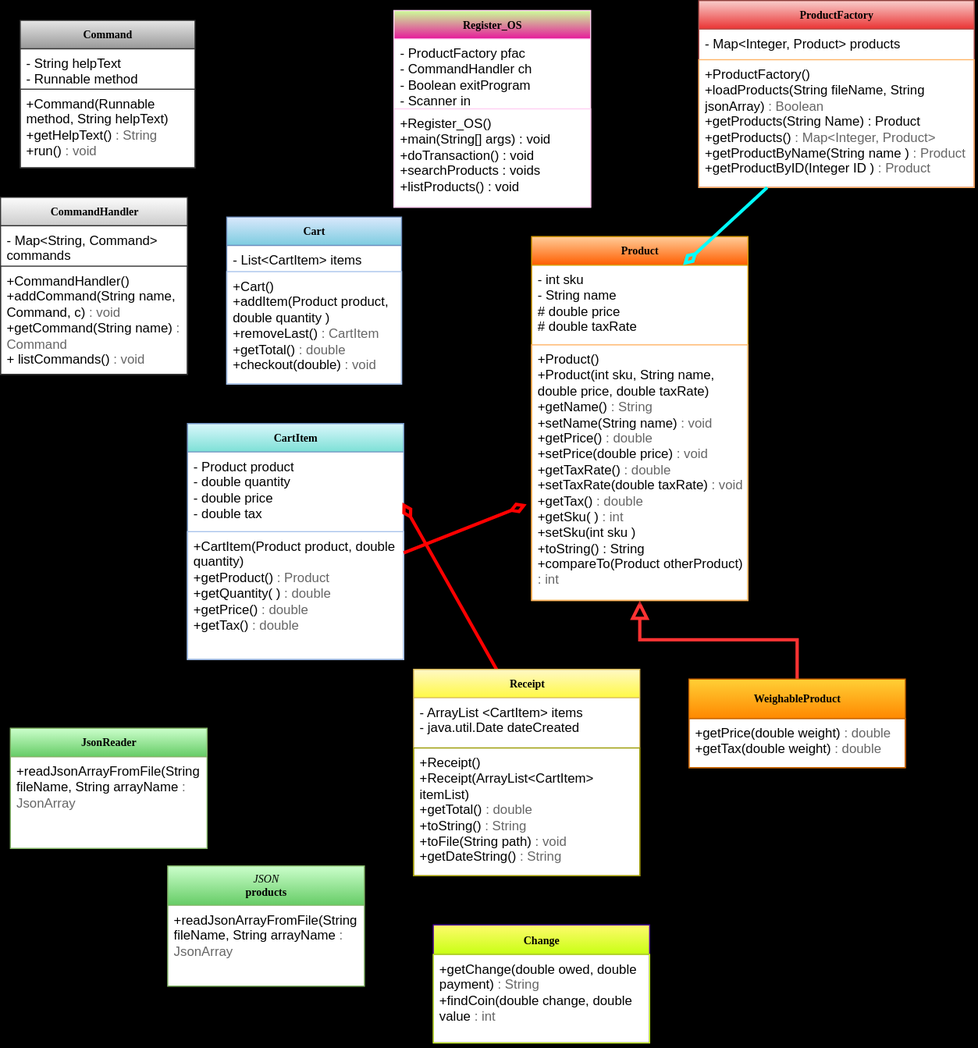
Before: GroceryStoreProject.drawio.svg, a diagram exported from draw.io (ChattState-CompSci2/GroupProject). Source tidied: cells renumbered, new cells last; positions are measured from the earlier drawing's top-left corner, leaving out a move shared by most shapes.
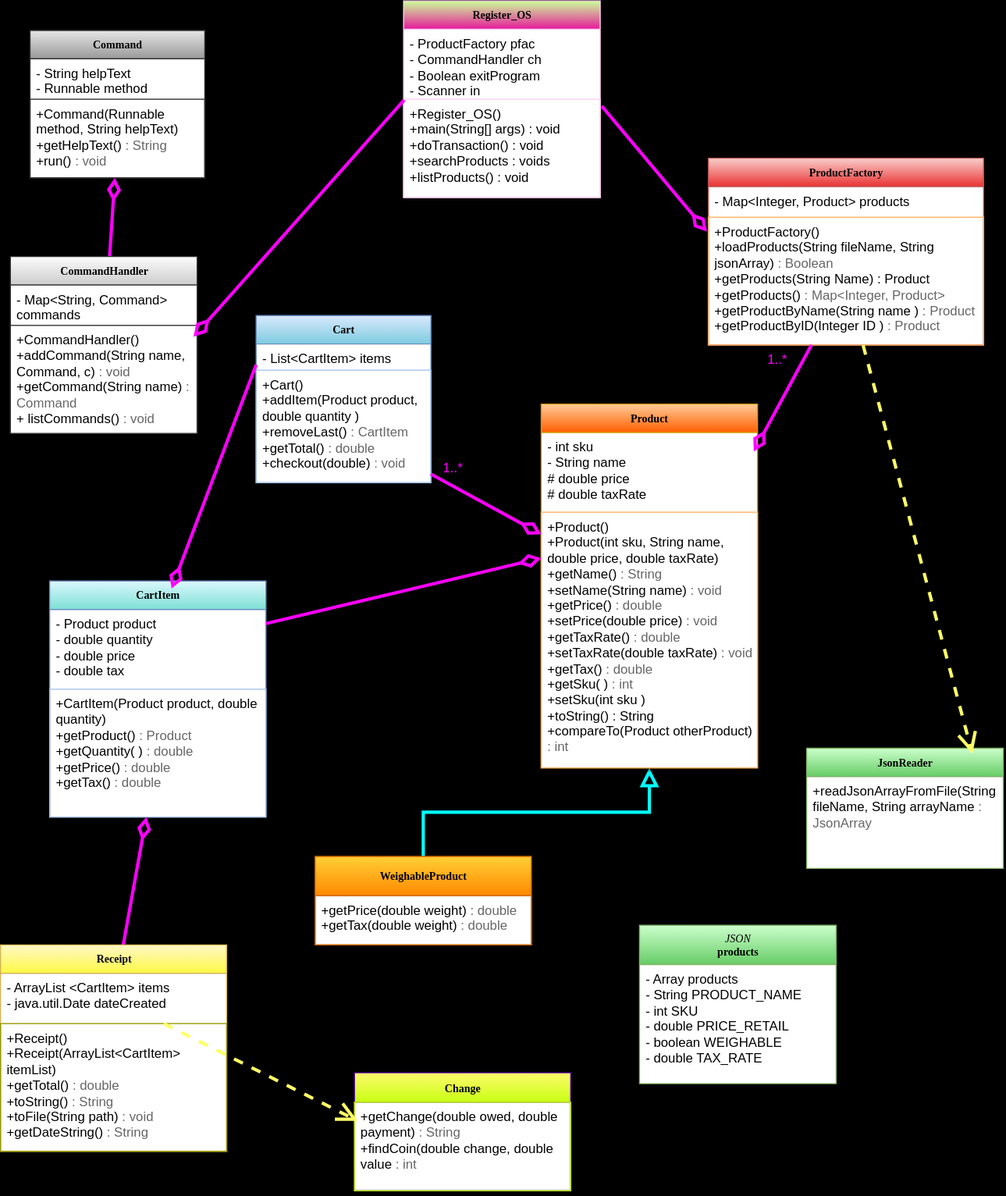
The same diagram one commit later.

What changed in the source:
```diff
@@ -3,7 +3,7 @@
     <mxCell id="0" />
     <mxCell id="1" parent="0" />
     <mxCell id="2" value="&lt;b&gt;CartItem&lt;/b&gt;" style="swimlane;html=1;fontStyle=0;horizontal=1;startSize=26;swimlaneFillColor=#ffffff;rounded=0;shadow=1;comic=0;labelBackgroundColor=none;strokeWidth=1;fontFamily=Verdana;fontSize=10;align=center;fillColor=#DBF7FC;strokeColor=#6c8ebf;gradientColor=#7DE0D6;" parent="1" vertex="1">
-      <mxGeometry x="171" y="387" width="198" height="216" as="geometry" />
+      <mxGeometry x="36" y="522" width="198" height="216" as="geometry" />
     </mxCell>
     <mxCell id="3" value="- Product product&lt;br&gt;- double quantity&lt;br&gt;- double price&lt;br&gt;- double tax&lt;br&gt;&amp;nbsp;&lt;div&gt;&lt;br&gt;&lt;/div&gt;" style="text;html=1;align=left;verticalAlign=top;spacingLeft=4;spacingRight=4;whiteSpace=wrap;overflow=hidden;points=[[0,0.5],[1,0.5]];portConstraint=eastwest;" parent="2" vertex="1">
       <mxGeometry y="26" width="198" height="73" as="geometry" />
@@ -11,20 +11,17 @@
     <mxCell id="4" value="&lt;div&gt;+CartItem(Product product, double quantity)&lt;/div&gt;+getProduct()&lt;font color=&quot;#666666&quot;&gt; : Product&lt;/font&gt;&lt;br&gt;&lt;span style=&quot;background-color: initial;&quot;&gt;+getQuantity(&lt;/span&gt;&lt;span style=&quot;border-color: var(--border-color); background-color: initial;&quot;&gt;) &lt;font color=&quot;#666666&quot;&gt;: double&lt;/font&gt;&lt;/span&gt;&lt;span style=&quot;background-color: initial;&quot;&gt;&lt;br&gt;&lt;/span&gt;&lt;div&gt;&lt;span style=&quot;background-color: initial;&quot;&gt;+getPrice() &lt;font color=&quot;#666666&quot;&gt;: double&lt;/font&gt;&lt;/span&gt;&lt;/div&gt;&lt;div&gt;+getTax()&amp;nbsp;&lt;font style=&quot;border-color: var(--border-color);&quot; color=&quot;#666666&quot;&gt;: double&lt;/font&gt;&lt;span style=&quot;background-color: initial;&quot;&gt;&lt;font color=&quot;#666666&quot;&gt;&lt;br&gt;&lt;/font&gt;&lt;/span&gt;&lt;/div&gt;" style="text;html=1;strokeColor=#A9C4EB;fillColor=none;align=left;verticalAlign=top;spacingLeft=4;spacingRight=4;whiteSpace=wrap;overflow=hidden;points=[[0,0.5],[1,0.5]];portConstraint=eastwest;" parent="2" vertex="1">
       <mxGeometry y="99" width="198" height="117" as="geometry" />
     </mxCell>
-    <mxCell id="5" style="edgeStyle=none;rounded=0;html=1;entryX=0.994;entryY=0.635;entryDx=0;entryDy=0;entryPerimeter=0;strokeColor=#FF0000;strokeWidth=3;fontColor=#666666;endArrow=diamondThin;endFill=0;startSize=3;endSize=9;targetPerimeterSpacing=0;" parent="1" edge="1" source="18" target="3">
+    <mxCell id="5" style="edgeStyle=none;rounded=0;html=1;strokeColor=#FF00FF;strokeWidth=3;fontColor=#666666;endArrow=diamondThin;endFill=0;startSize=3;endSize=13;targetPerimeterSpacing=0;" parent="1" edge="1" source="18" target="4">
       <mxGeometry relative="1" as="geometry" />
     </mxCell>
-    <mxCell id="6" style="edgeStyle=orthogonalEdgeStyle;rounded=0;html=1;labelBackgroundColor=none;startFill=0;endArrow=block;endFill=0;endSize=10;fontFamily=Verdana;fontSize=10;fillColor=#ffff88;strokeColor=#FF3333;shadow=1;strokeWidth=3;entryX=0.5;entryY=1;entryDx=0;entryDy=0;exitX=0.5;exitY=0;exitDx=0;exitDy=0;" parent="1" edge="1" source="12" target="20">
+    <mxCell id="6" style="edgeStyle=orthogonalEdgeStyle;rounded=0;html=1;labelBackgroundColor=none;startFill=0;endArrow=block;endFill=0;endSize=10;fontFamily=Verdana;fontSize=10;fillColor=#ffff88;strokeColor=#00FFFF;shadow=1;strokeWidth=3;entryX=0.5;entryY=1;entryDx=0;entryDy=0;exitX=0.5;exitY=0;exitDx=0;exitDy=0;" parent="1" edge="1" source="12" target="20">
       <mxGeometry relative="1" as="geometry" />
     </mxCell>
     <mxCell id="7" value="&lt;b&gt;JsonReader&lt;/b&gt;" style="swimlane;html=1;fontStyle=0;horizontal=1;startSize=26;fillColor=#CCFFCC;swimlaneFillColor=#ffffff;rounded=0;shadow=1;comic=0;labelBackgroundColor=none;strokeWidth=1;fontFamily=Verdana;fontSize=10;align=center;strokeColor=#82b366;gradientColor=#66CC66;" parent="1" vertex="1">
-      <mxGeometry x="9" y="666" width="180" height="110" as="geometry" />
+      <mxGeometry x="729" y="675" width="180" height="110" as="geometry" />
     </mxCell>
-    <mxCell id="8" value="+readJsonArrayFromFile(String fileName, String arrayName&lt;font color=&quot;#666666&quot;&gt; : JsonArray&lt;/font&gt;" style="text;html=1;strokeColor=none;fillColor=none;align=left;verticalAlign=top;spacingLeft=4;spacingRight=4;whiteSpace=wrap;overflow=hidden;" parent="7" vertex="1">
-      <mxGeometry y="26" width="180" height="82" as="geometry" />
-    </mxCell>
     <mxCell id="9" value="&lt;b&gt;Register_OS&lt;/b&gt;" style="swimlane;html=1;fontStyle=0;horizontal=1;startSize=26;swimlaneFillColor=#ffffff;rounded=0;shadow=1;comic=0;labelBackgroundColor=none;strokeWidth=1;fontFamily=Verdana;fontSize=10;align=center;fillColor=#CCFF99;strokeColor=#FFCFF2;gradientColor=#E6199B;" parent="1" vertex="1">
-      <mxGeometry x="360" y="9" width="180" height="180" as="geometry" />
+      <mxGeometry x="360" y="-9" width="180" height="180" as="geometry" />
     </mxCell>
     <mxCell id="10" value="&lt;div&gt;- ProductFactory pfac&lt;/div&gt;&lt;div&gt;- CommandHandler ch&lt;/div&gt;&lt;div&gt;- Boolean exitProgram&lt;/div&gt;&lt;div&gt;- Scanner in&lt;/div&gt;" style="text;html=1;strokeColor=none;fillColor=none;align=left;verticalAlign=top;spacingLeft=4;spacingRight=4;whiteSpace=wrap;overflow=hidden;points=[[0,0.5],[1,0.5]];portConstraint=eastwest;shadow=1;" parent="9" vertex="1">
       <mxGeometry y="26" width="180" height="64" as="geometry" />
@@ -33,13 +30,13 @@
       <mxGeometry y="90" width="180" height="90" as="geometry" />
     </mxCell>
     <mxCell id="12" value="&lt;div style=&quot;&quot;&gt;&lt;b style=&quot;background-color: initial;&quot;&gt;WeighableProduct&lt;/b&gt;&lt;/div&gt;" style="swimlane;html=1;fontStyle=0;horizontal=1;startSize=36;fillColor=#FFD036;swimlaneFillColor=#ffffff;rounded=0;shadow=1;comic=0;labelBackgroundColor=none;strokeWidth=1;fontFamily=Verdana;fontSize=10;align=center;strokeColor=#CC6600;gradientColor=#FF8800;" parent="1" vertex="1">
-      <mxGeometry x="630" y="621" width="198" height="81" as="geometry" />
+      <mxGeometry x="279" y="774" width="198" height="81" as="geometry" />
     </mxCell>
     <mxCell id="13" value="&lt;div&gt;+getPrice(double weight)&lt;font color=&quot;#666666&quot;&gt; : double&lt;/font&gt;&lt;/div&gt;&lt;div&gt;+getTax(double weight)&lt;font color=&quot;#666666&quot;&gt; : double&lt;/font&gt;&lt;/div&gt;" style="text;html=1;strokeColor=#CC6600;fillColor=none;align=left;verticalAlign=top;spacingLeft=4;spacingRight=4;whiteSpace=wrap;overflow=hidden;" parent="12" vertex="1">
       <mxGeometry y="36" width="198" height="45" as="geometry" />
     </mxCell>
     <mxCell id="14" value="&lt;b&gt;Cart&lt;/b&gt;" style="swimlane;html=1;fontStyle=0;horizontal=1;startSize=26;swimlaneFillColor=#ffffff;rounded=0;shadow=1;comic=0;labelBackgroundColor=none;strokeWidth=1;fontFamily=Verdana;fontSize=10;align=center;fillColor=#dae8fc;strokeColor=#6c8ebf;gradientColor=#7DCCE0;" parent="1" vertex="1">
-      <mxGeometry x="207" y="198" width="160" height="153" as="geometry" />
+      <mxGeometry x="225" y="279" width="160" height="153" as="geometry" />
     </mxCell>
     <mxCell id="15" value="- List&amp;lt;CartItem&amp;gt; items&amp;nbsp;&lt;div&gt;&lt;br&gt;&lt;/div&gt;" style="text;html=1;align=left;verticalAlign=top;spacingLeft=4;spacingRight=4;whiteSpace=wrap;overflow=hidden;" parent="14" vertex="1">
       <mxGeometry y="26" width="160" height="24" as="geometry" />
@@ -48,7 +45,7 @@
       <mxGeometry y="50" width="160" height="103" as="geometry" />
     </mxCell>
     <mxCell id="17" value="&lt;b&gt;Receipt&lt;/b&gt;" style="swimlane;html=1;fontStyle=0;horizontal=1;startSize=26;swimlaneFillColor=#ffffff;rounded=0;shadow=1;comic=0;labelBackgroundColor=none;strokeWidth=1;fontFamily=Verdana;fontSize=10;align=center;fillColor=#FFF8C7;strokeColor=#d6b656;gradientColor=#FFF945;" parent="1" vertex="1">
-      <mxGeometry x="378" y="612" width="207" height="189" as="geometry" />
+      <mxGeometry x="-9" y="855" width="207" height="189" as="geometry" />
     </mxCell>
     <mxCell id="18" value="&lt;div&gt;- ArrayList &amp;lt;CartItem&amp;gt; items&lt;/div&gt;&lt;div&gt;- java.util.Date dateCreated&lt;/div&gt;" style="text;html=1;align=left;verticalAlign=top;spacingLeft=4;spacingRight=4;whiteSpace=wrap;overflow=hidden;points=[[0,0.5],[1,0.5]];portConstraint=eastwest;" parent="17" vertex="1">
       <mxGeometry y="26" width="207" height="46" as="geometry" />
@@ -57,7 +54,7 @@
       <mxGeometry y="72" width="207" height="117" as="geometry" />
     </mxCell>
     <mxCell id="20" value="&lt;b&gt;Product&lt;/b&gt;" style="swimlane;html=1;fontStyle=0;horizontal=1;startSize=26;fillColor=#FFCC99;swimlaneFillColor=#ffffff;rounded=0;shadow=1;comic=0;labelBackgroundColor=none;strokeWidth=1;fontFamily=Verdana;fontSize=10;align=center;strokeColor=#d79b00;glass=0;swimlaneLine=1;gradientColor=#FF5E00;" parent="1" vertex="1">
-      <mxGeometry x="486" y="216" width="198" height="333" as="geometry" />
+      <mxGeometry x="486" y="360" width="198" height="333" as="geometry" />
     </mxCell>
     <mxCell id="21" value="- int sku&lt;br&gt;- String name&lt;div&gt;# double price&lt;/div&gt;&lt;div&gt;# double taxRate&lt;/div&gt;" style="text;html=1;strokeColor=none;fillColor=none;align=left;verticalAlign=top;spacingLeft=4;spacingRight=4;whiteSpace=wrap;overflow=hidden;points=[[0,0.5],[1,0.5]];portConstraint=eastwest;" parent="20" vertex="1">
       <mxGeometry y="26" width="198" height="73" as="geometry" />
@@ -66,7 +63,7 @@
       <mxGeometry y="99" width="198" height="234" as="geometry" />
     </mxCell>
     <mxCell id="23" value="&lt;b&gt;ProductFactory&lt;/b&gt;" style="swimlane;html=1;fontStyle=0;horizontal=1;startSize=26;fillColor=#f8cecc;swimlaneFillColor=default;rounded=0;shadow=1;comic=0;labelBackgroundColor=none;strokeWidth=1;fontFamily=Verdana;fontSize=10;align=center;strokeColor=#b85450;glass=0;swimlaneLine=1;gradientColor=#EA3333;gradientDirection=south;" parent="1" vertex="1">
-      <mxGeometry x="639" width="252" height="171" as="geometry" />
+      <mxGeometry x="639" y="135" width="252" height="171" as="geometry" />
     </mxCell>
     <mxCell id="24" value="- Map&amp;lt;Integer, Product&amp;gt; products" style="text;html=1;strokeColor=none;fillColor=none;align=left;verticalAlign=top;spacingLeft=4;spacingRight=4;whiteSpace=wrap;overflow=hidden;" parent="23" vertex="1">
       <mxGeometry y="26" width="252" height="28" as="geometry" />
@@ -83,8 +80,11 @@
     <mxCell id="28" value="&lt;div&gt;+Command(Runnable method, String helpText)&lt;/div&gt;+getHelpText() &lt;font color=&quot;#666666&quot;&gt;: String&lt;/font&gt;&lt;div&gt;+run() &lt;font color=&quot;#666666&quot;&gt;: void&lt;/font&gt;&lt;/div&gt;&lt;div&gt;&lt;br&gt;&lt;/div&gt;" style="text;html=1;align=left;verticalAlign=top;spacingLeft=4;spacingRight=4;whiteSpace=wrap;overflow=hidden;points=[[0,0.5],[1,0.5]];portConstraint=eastwest;strokeColor=#333333;" parent="26" vertex="1">
       <mxGeometry y="63" width="160" height="72" as="geometry" />
     </mxCell>
+    <mxCell id="38" style="edgeStyle=none;rounded=0;html=1;strokeColor=#FF00FF;strokeWidth=3;fontColor=#666666;endArrow=diamondThin;endFill=0;startSize=3;endSize=13;targetPerimeterSpacing=0;" parent="1" edge="1" source="29" target="28">
+      <mxGeometry relative="1" as="geometry" />
+    </mxCell>
     <mxCell id="29" value="&lt;b&gt;CommandHandler&lt;/b&gt;" style="swimlane;html=1;fontStyle=0;horizontal=1;startSize=26;fillColor=#FCFCFC;swimlaneFillColor=#ffffff;rounded=0;shadow=1;comic=0;labelBackgroundColor=none;strokeWidth=1;fontFamily=Verdana;fontSize=10;align=center;strokeColor=#333333;glass=0;swimlaneLine=1;gradientColor=#CCCCCC;" parent="1" vertex="1">
-      <mxGeometry y="180" width="171" height="162" as="geometry" />
+      <mxGeometry y="225" width="171" height="162" as="geometry" />
     </mxCell>
     <mxCell id="30" value="-&amp;nbsp;Map&amp;lt;String, Command&amp;gt; commands" style="text;html=1;strokeColor=none;fillColor=none;align=left;verticalAlign=top;spacingLeft=4;spacingRight=4;whiteSpace=wrap;overflow=hidden;" parent="29" vertex="1">
       <mxGeometry y="26" width="171" height="37" as="geometry" />
@@ -93,22 +93,53 @@
       <mxGeometry y="63" width="171" height="99" as="geometry" />
     </mxCell>
     <mxCell id="32" value="&lt;div style=&quot;&quot;&gt;&lt;b&gt;Change&lt;/b&gt;&lt;/div&gt;" style="swimlane;html=1;fontStyle=0;horizontal=1;startSize=27;fillColor=#FFFA6E;swimlaneFillColor=#ffffff;rounded=0;shadow=1;comic=0;labelBackgroundColor=none;strokeWidth=1;fontFamily=Verdana;fontSize=10;align=center;strokeColor=#4C0099;gradientColor=#C8FF12;" parent="1" vertex="1">
-      <mxGeometry x="396" y="846" width="198" height="108" as="geometry" />
+      <mxGeometry x="315" y="972" width="198" height="108" as="geometry" />
     </mxCell>
     <mxCell id="33" value="+getChange(double owed, double payment)&lt;font color=&quot;#666666&quot;&gt; : String&lt;/font&gt;&lt;br&gt;+findCoin(double change, double value&lt;font color=&quot;#666666&quot;&gt; : int&lt;/font&gt;" style="text;html=1;strokeColor=#C8FF12;fillColor=none;align=left;verticalAlign=top;spacingLeft=4;spacingRight=4;whiteSpace=wrap;overflow=hidden;points=[[0,0.5],[1,0.5]];portConstraint=eastwest;" parent="32" vertex="1">
       <mxGeometry y="27" width="198" height="81" as="geometry" />
     </mxCell>
-    <mxCell id="34" style="edgeStyle=none;html=1;entryX=-0.023;entryY=0.624;entryDx=0;entryDy=0;entryPerimeter=0;strokeColor=#FF0000;strokeWidth=3;fontColor=#666666;endArrow=diamondThin;endFill=0;targetPerimeterSpacing=0;rounded=0;startSize=1;endSize=9;" parent="1" edge="1" source="4" target="22">
-      <mxGeometry relative="1" as="geometry" />
-    </mxCell>
-    <mxCell id="35" style="edgeStyle=none;rounded=0;html=1;strokeColor=#00FFFF;strokeWidth=3;fontColor=#666666;endArrow=diamondThin;endFill=0;startSize=3;endSize=9;targetPerimeterSpacing=0;" parent="1" edge="1" source="25" target="21">
+    <mxCell id="35" style="edgeStyle=none;rounded=0;html=1;strokeColor=#FF00FF;strokeWidth=3;fontColor=#666666;endArrow=diamondThin;endFill=0;startSize=3;endSize=13;targetPerimeterSpacing=0;entryX=0.983;entryY=0.238;entryDx=0;entryDy=0;entryPerimeter=0;" parent="1" edge="1" source="25" target="21">
       <mxGeometry relative="1" as="geometry" />
     </mxCell>
     <mxCell id="36" value="&lt;i&gt;JSON&lt;br&gt;&lt;/i&gt;&lt;b&gt;products&lt;/b&gt;" style="swimlane;html=1;fontStyle=0;horizontal=1;startSize=36;fillColor=#CCFFCC;swimlaneFillColor=#ffffff;rounded=0;shadow=1;comic=0;labelBackgroundColor=none;strokeWidth=1;fontFamily=Verdana;fontSize=10;align=center;strokeColor=#82b366;gradientColor=#66CC66;" parent="1" vertex="1">
-      <mxGeometry x="153" y="792" width="180" height="110" as="geometry" />
+      <mxGeometry x="576" y="837" width="180" height="145" as="geometry" />
     </mxCell>
-    <mxCell id="37" value="+readJsonArrayFromFile(String fileName, String arrayName&lt;font color=&quot;#666666&quot;&gt; : JsonArray&lt;/font&gt;" style="text;html=1;strokeColor=none;fillColor=none;align=left;verticalAlign=top;spacingLeft=4;spacingRight=4;whiteSpace=wrap;overflow=hidden;" parent="36" vertex="1">
-      <mxGeometry y="36" width="180" height="73" as="geometry" />
+    <mxCell id="37" value="- Array products&lt;br&gt;- String PRODUCT_NAME&lt;br&gt;- int SKU&lt;br&gt;- double PRICE_RETAIL&lt;br&gt;- boolean WEIGHABLE&lt;br&gt;- double TAX_RATE" style="text;html=1;strokeColor=none;fillColor=none;align=left;verticalAlign=top;spacingLeft=4;spacingRight=4;whiteSpace=wrap;overflow=hidden;" parent="36" vertex="1">
+      <mxGeometry y="36" width="180" height="108" as="geometry" />
     </mxCell>
+    <mxCell id="39" style="edgeStyle=none;rounded=0;html=1;strokeColor=#FF00FF;strokeWidth=3;fontColor=#666666;endArrow=diamondThin;endFill=0;startSize=3;endSize=13;targetPerimeterSpacing=0;" parent="1" edge="1" source="3">
+      <mxGeometry relative="1" as="geometry">
+        <mxPoint x="486" y="501" as="targetPoint" />
+      </mxGeometry>
+    </mxCell>
+    <mxCell id="40" style="edgeStyle=none;rounded=0;html=1;entryX=-0.005;entryY=0.113;entryDx=0;entryDy=0;entryPerimeter=0;strokeColor=#FF00FF;strokeWidth=3;fontColor=#666666;endArrow=diamondThin;endFill=0;startSize=3;endSize=13;targetPerimeterSpacing=0;exitX=1.008;exitY=1.097;exitDx=0;exitDy=0;exitPerimeter=0;" parent="1" edge="1" source="10" target="25">
+      <mxGeometry relative="1" as="geometry" />
+    </mxCell>
+    <mxCell id="41" style="edgeStyle=none;rounded=0;html=1;entryX=0.564;entryY=0.031;entryDx=0;entryDy=0;entryPerimeter=0;strokeColor=#FF00FF;strokeWidth=3;fontColor=#666666;endArrow=diamondThin;endFill=0;startSize=3;endSize=13;targetPerimeterSpacing=0;" parent="1" edge="1" target="2">
+      <mxGeometry relative="1" as="geometry">
+        <mxPoint x="225" y="324" as="sourcePoint" />
+      </mxGeometry>
+    </mxCell>
+    <mxCell id="42" style="edgeStyle=none;rounded=0;html=1;entryX=0;entryY=0.086;entryDx=0;entryDy=0;entryPerimeter=0;strokeColor=#FF00FF;strokeWidth=3;fontColor=#666666;endArrow=diamondThin;endFill=0;startSize=3;endSize=13;targetPerimeterSpacing=0;" parent="1" edge="1" source="16" target="22">
+      <mxGeometry relative="1" as="geometry" />
+    </mxCell>
+    <mxCell id="43" style="edgeStyle=none;rounded=0;html=1;entryX=0.981;entryY=0.105;entryDx=0;entryDy=0;entryPerimeter=0;strokeColor=#FF00FF;strokeWidth=3;fontColor=#666666;endArrow=diamondThin;endFill=0;startSize=3;endSize=13;targetPerimeterSpacing=0;exitX=0.003;exitY=0.007;exitDx=0;exitDy=0;exitPerimeter=0;" parent="1" edge="1" source="11" target="31">
+      <mxGeometry relative="1" as="geometry" />
+    </mxCell>
+    <mxCell id="44" style="edgeStyle=none;rounded=0;html=1;entryX=0.843;entryY=0.045;entryDx=0;entryDy=0;entryPerimeter=0;strokeColor=#FFFF66;strokeWidth=3;fontColor=#666666;endArrow=open;endFill=0;startSize=3;endSize=13;targetPerimeterSpacing=0;dashed=1;" parent="1" edge="1" source="25" target="7">
+      <mxGeometry relative="1" as="geometry" />
+    </mxCell>
+    <mxCell id="45" style="edgeStyle=none;rounded=0;html=1;entryX=0.015;entryY=0.21;entryDx=0;entryDy=0;entryPerimeter=0;dashed=1;strokeColor=#FFFF66;strokeWidth=3;fontColor=#666666;endArrow=open;endFill=0;startSize=3;endSize=13;targetPerimeterSpacing=0;" parent="1" edge="1" source="18" target="33">
+      <mxGeometry relative="1" as="geometry" />
+    </mxCell>
+    <mxCell id="8" value="+readJsonArrayFromFile(String fileName, String arrayName&lt;font color=&quot;#666666&quot;&gt; : JsonArray&lt;/font&gt;" style="text;html=1;strokeColor=none;fillColor=none;align=left;verticalAlign=top;spacingLeft=4;spacingRight=4;whiteSpace=wrap;overflow=hidden;" parent="1" vertex="1">
+      <mxGeometry x="729" y="701" width="180" height="82" as="geometry" />
+    </mxCell>
+    <mxCell id="46" value="&lt;font color=&quot;#ff00ff&quot;&gt;1..*&lt;/font&gt;" style="text;html=1;align=center;verticalAlign=middle;strokeColor=none;fillColor=none;fontColor=#666666;" parent="1" vertex="1">
+      <mxGeometry x="387" y="405" width="36" height="27" as="geometry" />
+    </mxCell>
+    <mxCell id="47" value="&lt;font color=&quot;#ff00ff&quot;&gt;1..*&lt;/font&gt;" style="text;html=1;align=center;verticalAlign=middle;strokeColor=none;fillColor=none;fontColor=#666666;" parent="1" vertex="1">
+      <mxGeometry x="684" y="306" width="36" height="27" as="geometry" />
+    </mxCell>
   </root>
 </mxGraphModel>
```
